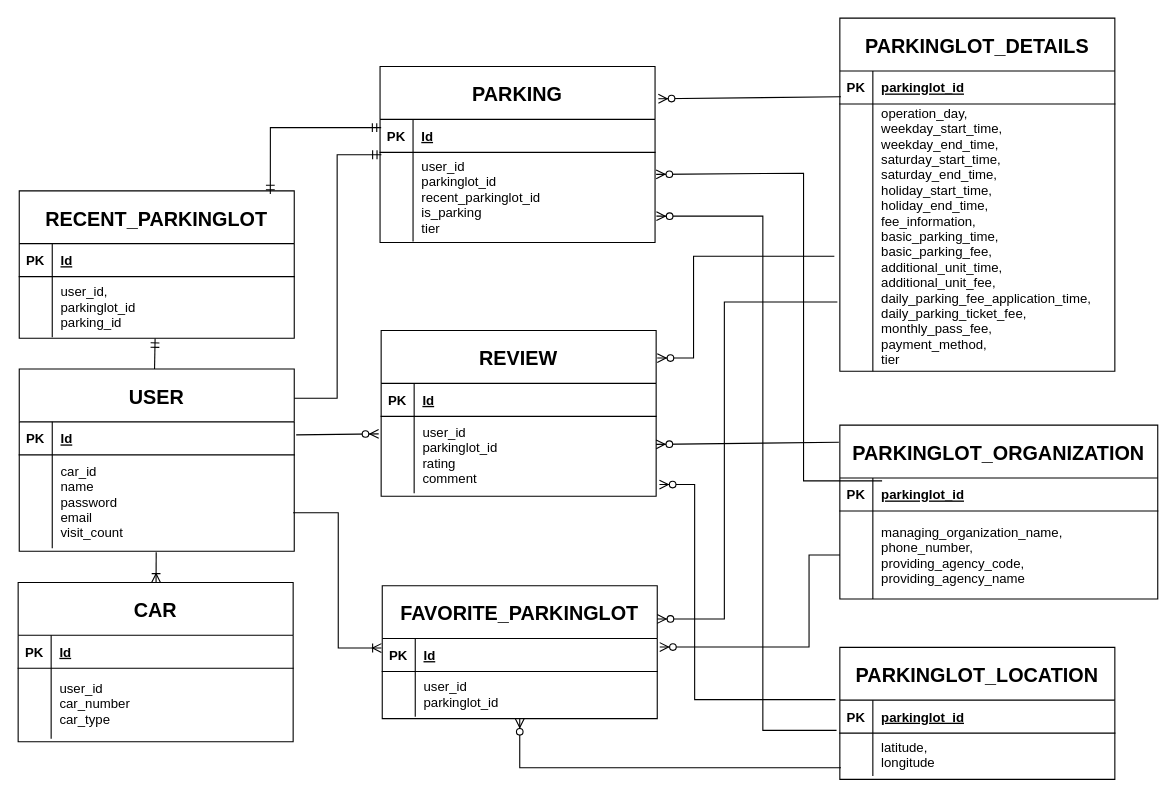
Before: 제목 없는 다이어그램.drawio in BaxDailyGit/DB, a draw.io diagram. Source tidied: cells renumbered, new cells numbered last; positions are measured from the earlier drawing's top-left corner, leaving out a move shared by most shapes. Both pictures are drawn from the tidied source at 110%, with x=0, y=0 at pixel (18, 18).
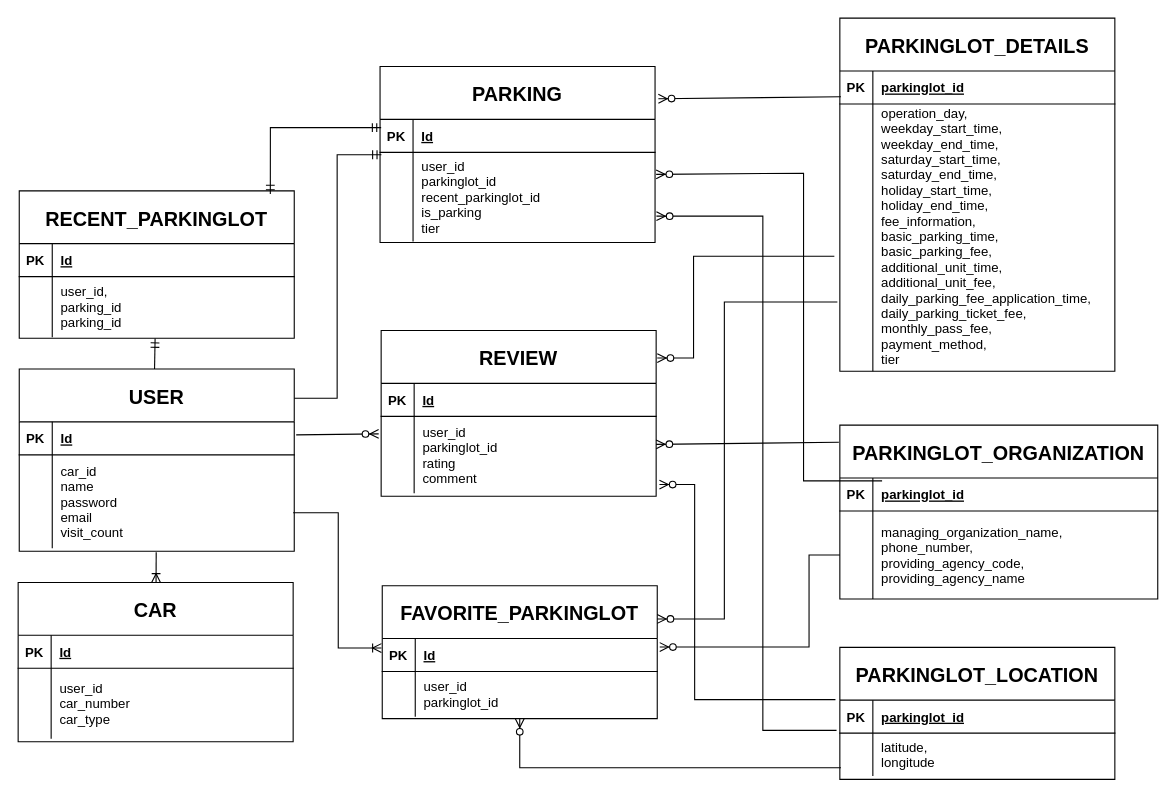
Above is the later version.

Commit message:
제목 없는 다이어그램.drawio 업데이트

Unchanged cells that the change refers to:
```xml
<mxCell id="61" style="shape=partialRectangle;fillColor=none;points=[[0,0.5],[1,0.5]];portConstraint=eastwest;top=0;left=0;right=0;bottom=0;fontColor=#000000;" parent="57" vertex="1">
  <mxGeometry y="78" width="250" height="55" as="geometry" />
</mxCell>
```

Diff of the diagram source:
```diff
@@
-    <mxCell id="63" value="user_id, &#10;parkinglot_id&#10;parking_id" style="shape=partialRectangle;overflow=hidden;fillColor=none;top=0;left=0;bottom=0;right=0;align=left;spacingLeft=6;fontColor=#000000;" parent="61" vertex="1">
+    <mxCell id="63" value="user_id, &#10;parking_id&#10;parking_id" style="shape=partialRectangle;overflow=hidden;fillColor=none;top=0;left=0;bottom=0;right=0;align=left;spacingLeft=6;fontColor=#000000;" parent="61" vertex="1">
       <mxGeometry x="30" width="220" height="55" as="geometry" />
     </mxCell>
```
